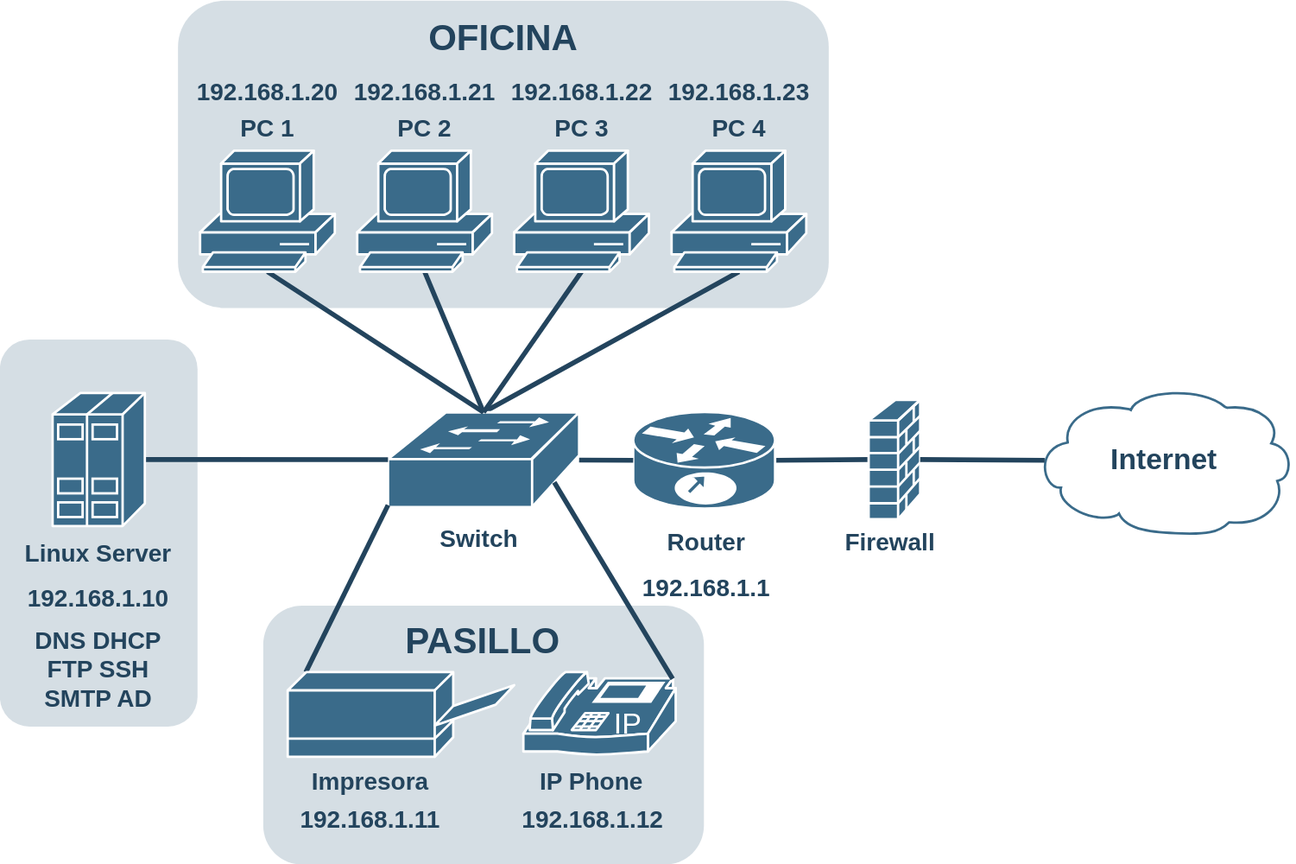
Earlier version of the draw.io export Esquema de red Bookhub.svg (DemoNxriN/Bookhub). Source tidied: cells renumbered, new cells last; positions are measured from the earlier drawing's top-left corner, leaving out a move shared by most shapes.
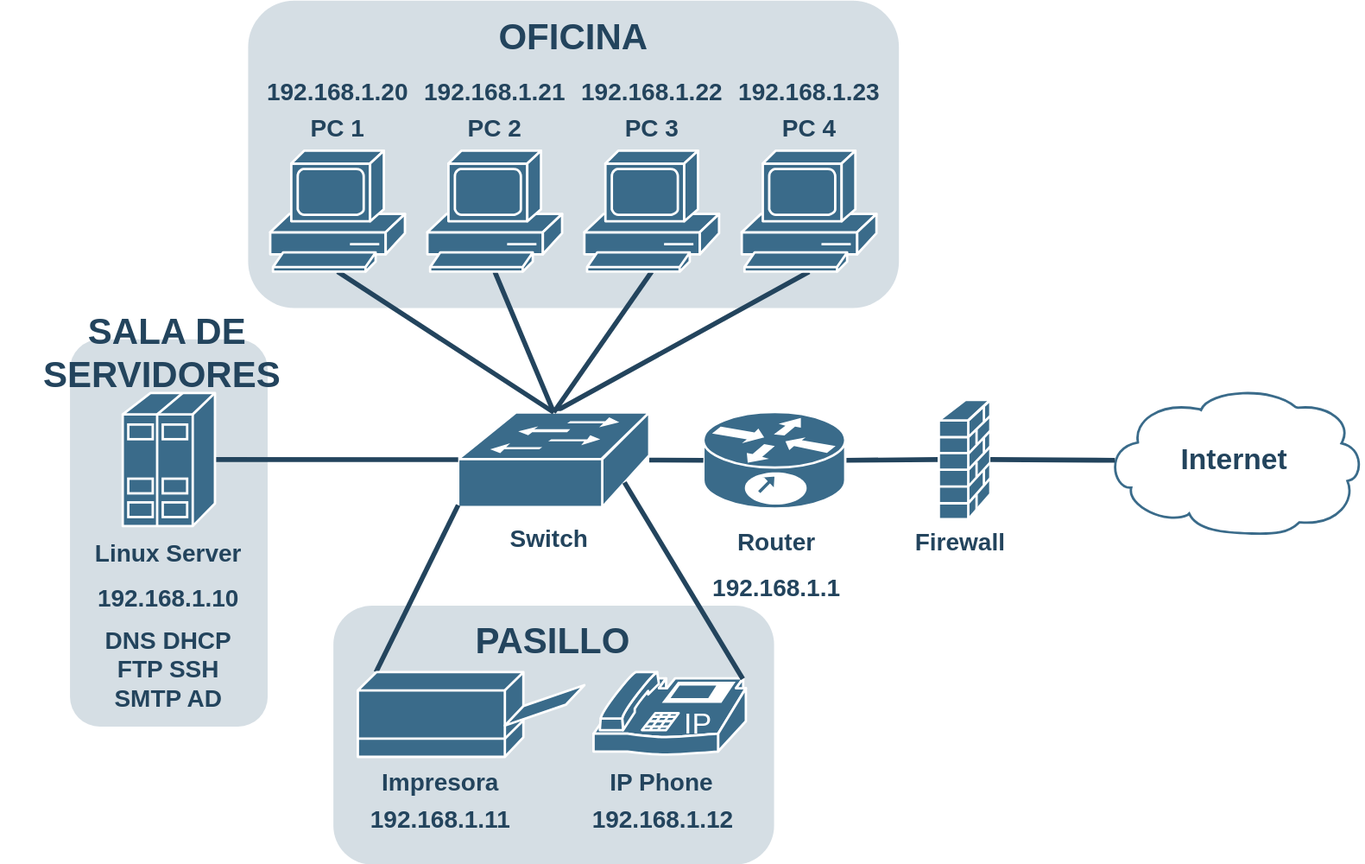
Above is the later version.

What changed in the source:
```diff
@@ -143,5 +143,8 @@
     <mxCell id="47" value="&lt;font color=&quot;#23445d&quot;&gt;&lt;span style=&quot;font-size: 30px;&quot;&gt;PASILLO&lt;/span&gt;&lt;/font&gt;" style="rounded=1;whiteSpace=wrap;html=1;strokeColor=none;fillColor=none;fontSize=14;fontColor=#742B21;align=center;fontStyle=1;" parent="1" vertex="1">
       <mxGeometry x="267.3" y="502.7" width="266.4" height="52.3" as="geometry" />
     </mxCell>
+    <mxCell id="48" value="&lt;font color=&quot;#23445d&quot;&gt;&lt;span style=&quot;font-size: 30px;&quot;&gt;SALA DE SERVIDORES&amp;nbsp;&lt;/span&gt;&lt;/font&gt;" style="rounded=1;whiteSpace=wrap;html=1;strokeColor=none;fillColor=none;fontSize=14;fontColor=#742B21;align=center;fontStyle=1;" parent="1" vertex="1">
+      <mxGeometry x="-57.4" y="290" width="275.7" as="geometry" />
+    </mxCell>
   </root>
 </mxGraphModel>
```
